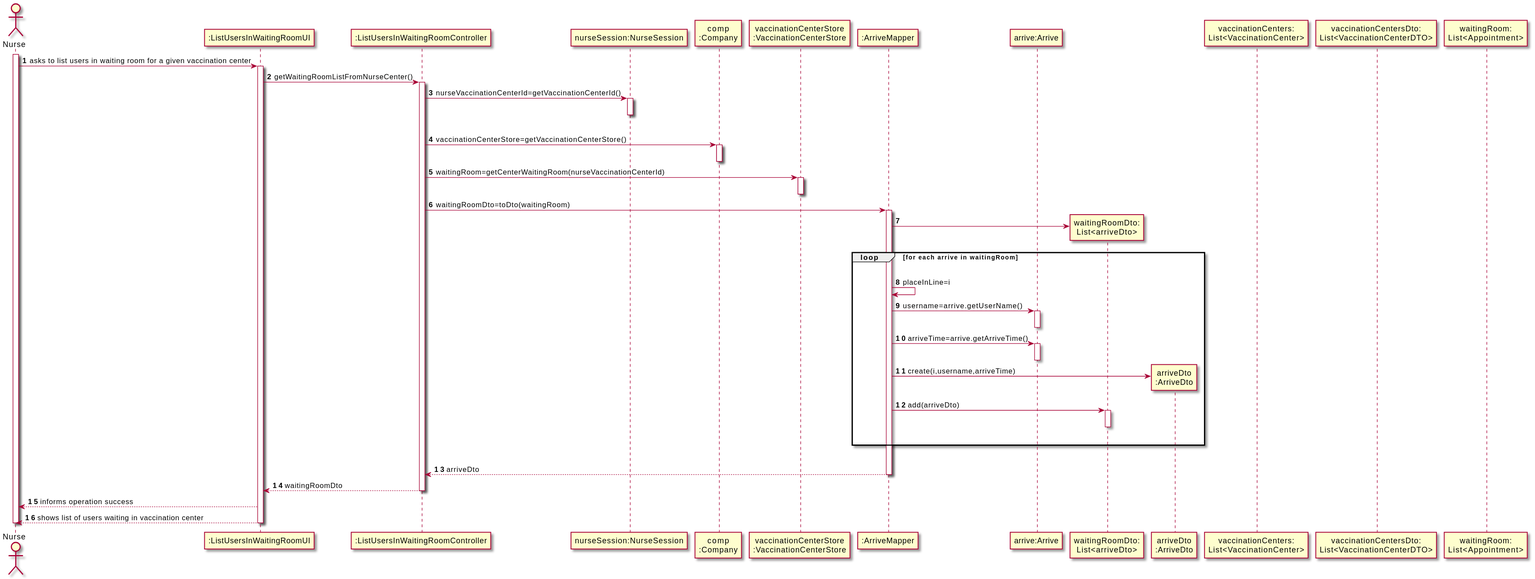
Before: docs/SprintC/US05/SD/US05_SD.svg, a diagram exported from PlantUML (miseEnPlace-i/lapr2).
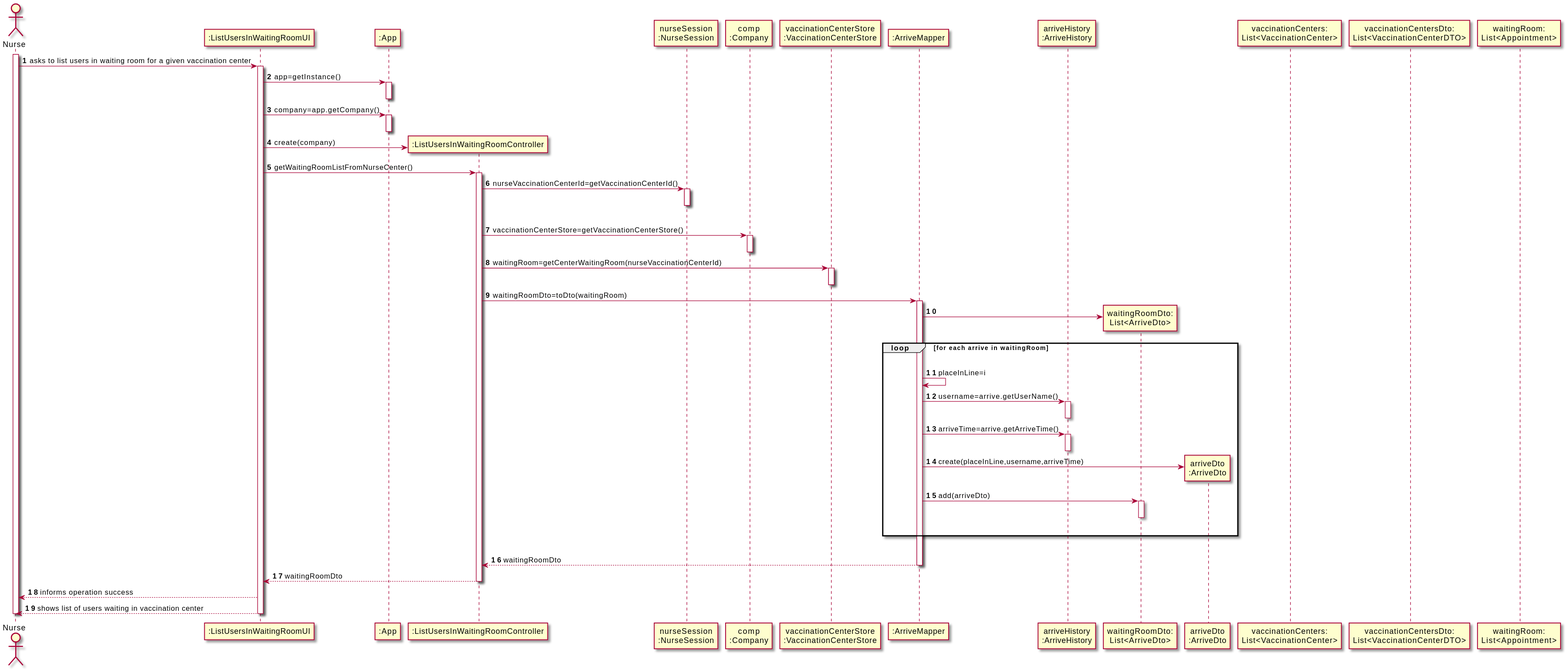
The same file after the commit.

Diff of the diagram source:
```diff
@@ -3,16 +3,28 @@
 actor "Nurse" as NURSE
 
 participant ":ListUsersInWaitingRoomUI" as UI
-participant ":ListUsersInWaitingRoomController" as CTRL
-participant "nurseSession:NurseSession" as FAC
+activate NURSE
+NURSE -> UI : asks to list users in waiting room for a given vaccination center
+activate UI
+participant ":App" as APP
+UI -> APP : app=getInstance()
+activate APP
+deactivate APP
+UI -> APP : company=app.getCompany()
+activate APP
+deactivate APP
+
+create ":ListUsersInWaitingRoomController" as CTRL
+
+UI -> CTRL : create(company)
+
+participant "nurseSession\n:NurseSession" as FAC
 participant "comp\n:Company" as COMP
 participant "vaccinationCenterStore\n:VaccinationCenterStore" as VACS
 participant ":ArriveMapper" as ARRM
+participant "arriveHistory\n:ArriveHistory" as ARR
 participant "arrive:Arrive" as ARR
 
-activate NURSE
-NURSE -> UI : asks to list users in waiting room for a given vaccination center
-activate UI
 
 UI -> CTRL : getWaitingRoomListFromNurseCenter()
 activate CTRL
@@ -32,7 +44,7 @@
 CTRL -> ARRM : waitingRoomDto=toDto(waitingRoom)
 activate ARRM
 
-create "waitingRoomDto:\nList<arriveDto>" as WAITDTO
+create "waitingRoomDto:\nList<ArriveDto>" as WAITDTO
 
 ARRM -> WAITDTO
 
@@ -47,7 +59,7 @@
   deactivate ARR
 
   create "arriveDto\n:ArriveDto" as APODTO
-  ARRM -> APODTO : create(i,username,arriveTime)
+  ARRM -> APODTO : create(placeInLine,username,arriveTime)
 
   ARRM -> WAITDTO : add(arriveDto)
   activate WAITDTO
@@ -56,7 +68,7 @@
 end
 
 |||
-ARRM --> CTRL : arriveDto
+ARRM --> CTRL : waitingRoomDto
 
 deactivate ARRM
 
```
